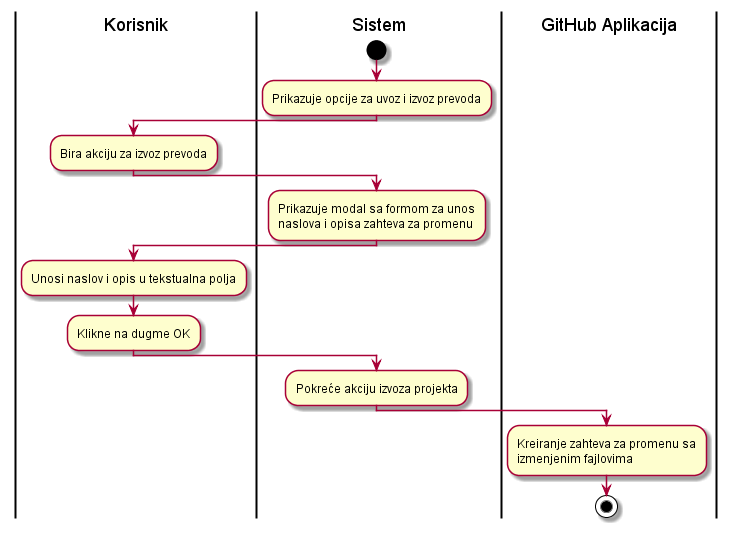
The PlantUML diagram thesis/src/images/izvoz_prevoda.png in enco164/interpres, before a commit. Source of this version:
```plantuml
@startuml Izvoz prevoda
|Korisnik|
|Sistem|
start
:Prikazuje opcije za uvoz i izvoz prevoda;
|Korisnik|
:Bira akciju za izvoz prevoda;
|Sistem|
:Prikazuje modal sa formom za unos
naslova i opisa zahteva za promenu;
|Korisnik|
:Unosi naslov i opis u tekstualna polja;
:Klikne na dugme OK;
|Sistem|
:Pokreće akciju izvoza projekta;
|GitHub Aplikacija|
:Kreiranje zahteva za promenu sa
izmenjenim fajlovima;
stop
@enduml
```
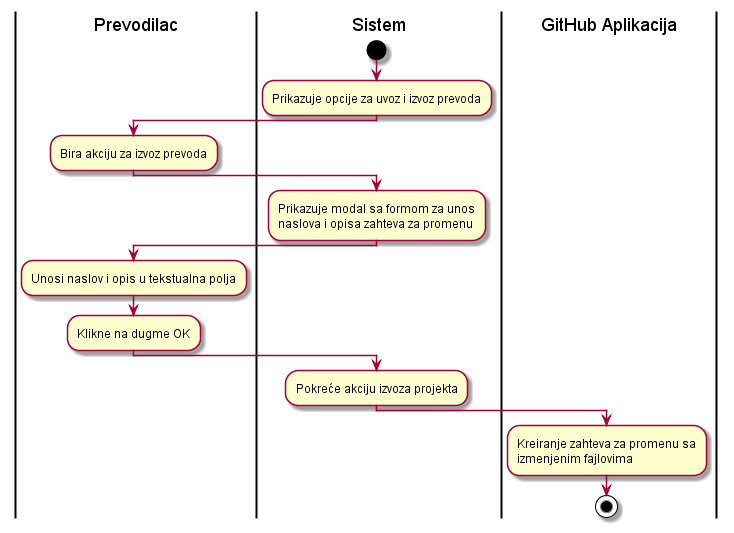
After the change.

Change to the diagram source:
```diff
@@ -1,14 +1,14 @@
 @startuml Izvoz prevoda
-|Korisnik|
+|Prevodilac|
 |Sistem|
 start
 :Prikazuje opcije za uvoz i izvoz prevoda;
-|Korisnik|
+|Prevodilac|
 :Bira akciju za izvoz prevoda;
 |Sistem|
 :Prikazuje modal sa formom za unos
 naslova i opisa zahteva za promenu;
-|Korisnik|
+|Prevodilac|
 :Unosi naslov i opis u tekstualna polja;
 :Klikne na dugme OK;
 |Sistem|
```
